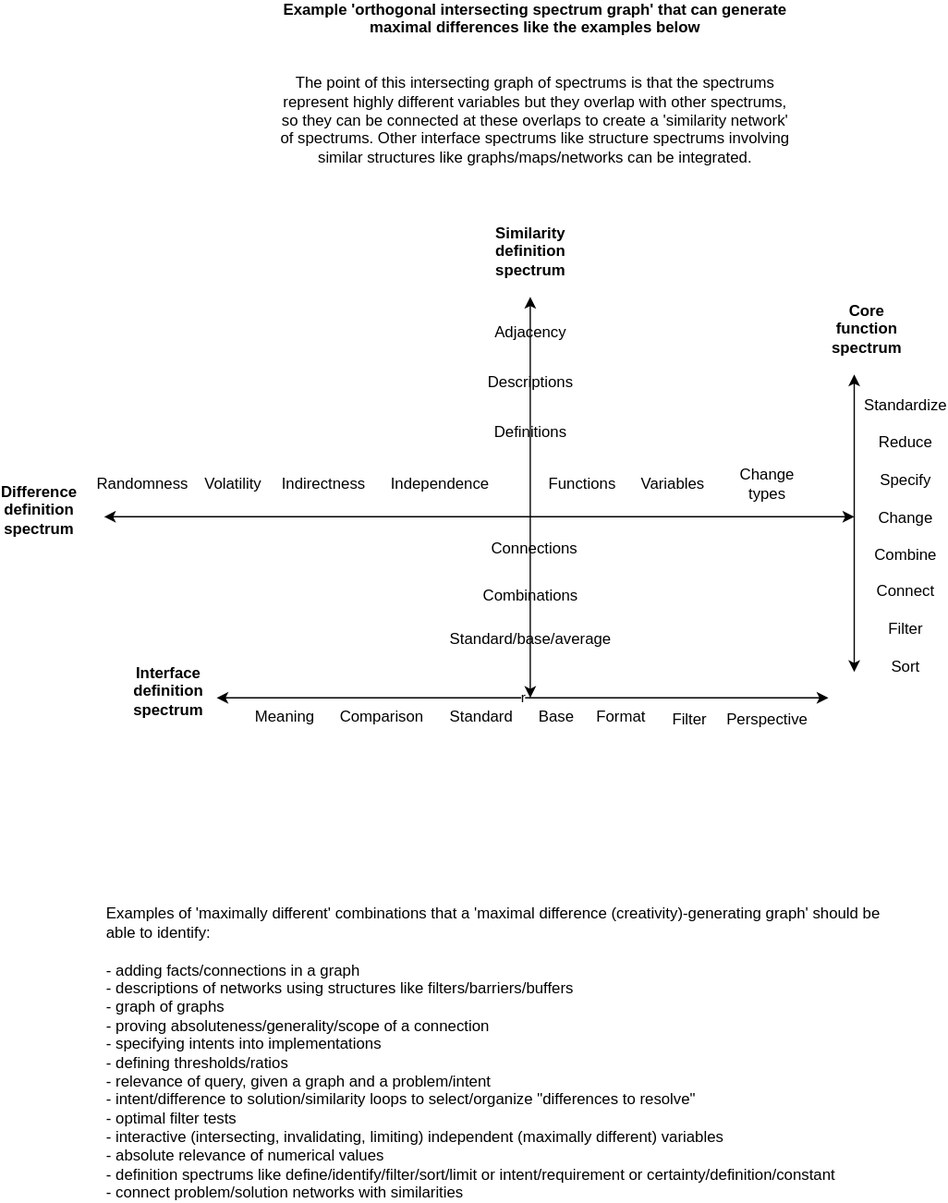
Above: docs/objects/intersecting_spectrum_graph.drawio.svg in outdreamer/build-a-cure (draw.io), before the change. Source tidied: cells renumbered, new cells last; positions are measured from the earlier drawing's top-left corner, leaving out a move shared by most shapes. The source it was exported from:
```xml
<mxGraphModel>
  <root>
    <mxCell id="0" />
    <mxCell id="1" parent="0" />
    <mxCell id="2" style="endArrow=classic;startArrow=classic;html=1;rounded=0;entryX=0;entryY=0;entryDx=0;entryDy=0;" parent="1" edge="1">
      <mxGeometry relative="1" as="geometry">
        <mxPoint x="409.5" y="490" as="sourcePoint" />
        <mxPoint x="409.5" y="180" as="targetPoint" />
      </mxGeometry>
    </mxCell>
    <mxCell id="3" style="endArrow=classic;startArrow=classic;html=1;rounded=0;" parent="1" edge="1">
      <mxGeometry relative="1" as="geometry">
        <mxPoint x="80" y="350" as="sourcePoint" />
        <mxPoint x="660" y="350" as="targetPoint" />
      </mxGeometry>
    </mxCell>
    <mxCell id="4" value="Difference&lt;br&gt;definition&lt;br&gt;spectrum" style="text;html=1;strokeColor=none;fillColor=none;align=center;verticalAlign=middle;whiteSpace=wrap;rounded=0;fontStyle=1;" parent="1" vertex="1">
      <mxGeometry y="330" width="60" height="30" as="geometry" />
    </mxCell>
    <mxCell id="5" value="r" style="endArrow=classic;startArrow=classic;html=1;rounded=0;" parent="1" edge="1">
      <mxGeometry relative="1" as="geometry">
        <mxPoint x="167" y="490" as="sourcePoint" />
        <mxPoint x="640" y="490" as="targetPoint" />
      </mxGeometry>
    </mxCell>
    <mxCell id="6" value="Standard" style="text;html=1;strokeColor=none;fillColor=none;align=center;verticalAlign=middle;whiteSpace=wrap;rounded=0;" parent="1" vertex="1">
      <mxGeometry x="342" y="490" width="60" height="30" as="geometry" />
    </mxCell>
    <mxCell id="7" value="Base" style="text;html=1;strokeColor=none;fillColor=none;align=center;verticalAlign=middle;whiteSpace=wrap;rounded=0;" parent="1" vertex="1">
      <mxGeometry x="400" y="490" width="60" height="30" as="geometry" />
    </mxCell>
    <mxCell id="8" value="Format" style="text;html=1;strokeColor=none;fillColor=none;align=center;verticalAlign=middle;whiteSpace=wrap;rounded=0;" parent="1" vertex="1">
      <mxGeometry x="450" y="490" width="60" height="30" as="geometry" />
    </mxCell>
    <mxCell id="9" value="Comparison" style="text;html=1;strokeColor=none;fillColor=none;align=center;verticalAlign=middle;whiteSpace=wrap;rounded=0;" parent="1" vertex="1">
      <mxGeometry x="265" y="490" width="60" height="30" as="geometry" />
    </mxCell>
    <mxCell id="10" value="Meaning" style="text;html=1;strokeColor=none;fillColor=none;align=center;verticalAlign=middle;whiteSpace=wrap;rounded=0;" parent="1" vertex="1">
      <mxGeometry x="190" y="490" width="60" height="30" as="geometry" />
    </mxCell>
    <mxCell id="11" value="Interface definition spectrum" style="text;html=1;strokeColor=none;fillColor=none;align=center;verticalAlign=middle;whiteSpace=wrap;rounded=0;fontStyle=1;" parent="1" vertex="1">
      <mxGeometry x="100" y="470" width="60" height="30" as="geometry" />
    </mxCell>
    <mxCell id="12" value="Similarity&lt;br&gt;definition spectrum" style="text;html=1;strokeColor=none;fillColor=none;align=center;verticalAlign=middle;whiteSpace=wrap;rounded=0;fontStyle=1;" parent="1" vertex="1">
      <mxGeometry x="380" y="130" width="60" height="30" as="geometry" />
    </mxCell>
    <mxCell id="13" value="Examples of 'maximally different' combinations that a 'maximal difference (creativity)-generating graph' should be able to identify:&lt;br&gt;&lt;br&gt;- adding facts/connections in a graph&lt;br&gt;- descriptions of networks using structures like filters/barriers/buffers&lt;br&gt;- graph of graphs&lt;br&gt;- proving absoluteness/generality/scope of a connection&lt;br&gt;- specifying intents into implementations&lt;br&gt;- defining thresholds/ratios&lt;br&gt;- relevance of query, given a graph and a problem/intent&lt;br&gt;- intent/difference to solution/similarity loops to select/organize &quot;differences to resolve&quot;&lt;br&gt;- optimal filter tests&lt;br&gt;- interactive (intersecting,&amp;nbsp;invalidating, limiting) independent (maximally different) variables&lt;br&gt;- absolute relevance of numerical values&lt;br&gt;- definition spectrums like define/identify/filter/sort/limit or intent/requirement or certainty/definition/constant&lt;br&gt;- connect problem/solution networks with similarities" style="text;html=1;strokeColor=none;fillColor=none;align=left;verticalAlign=middle;whiteSpace=wrap;rounded=0;" parent="1" vertex="1">
      <mxGeometry x="80" y="750" width="610" height="30" as="geometry" />
    </mxCell>
    <mxCell id="14" value="Filter" style="text;html=1;strokeColor=none;fillColor=none;align=center;verticalAlign=middle;whiteSpace=wrap;rounded=0;" parent="1" vertex="1">
      <mxGeometry x="503" y="492" width="60" height="30" as="geometry" />
    </mxCell>
    <mxCell id="15" value="Perspective" style="text;html=1;strokeColor=none;fillColor=none;align=center;verticalAlign=middle;whiteSpace=wrap;rounded=0;" parent="1" vertex="1">
      <mxGeometry x="563" y="492" width="60" height="30" as="geometry" />
    </mxCell>
    <mxCell id="16" value="Combinations" style="text;html=1;strokeColor=none;fillColor=none;align=center;verticalAlign=middle;whiteSpace=wrap;rounded=0;" parent="1" vertex="1">
      <mxGeometry x="380" y="396" width="60" height="30" as="geometry" />
    </mxCell>
    <mxCell id="17" value="Descriptions" style="text;html=1;strokeColor=none;fillColor=none;align=center;verticalAlign=middle;whiteSpace=wrap;rounded=0;" parent="1" vertex="1">
      <mxGeometry x="380" y="231" width="60" height="30" as="geometry" />
    </mxCell>
    <mxCell id="18" value="Definitions" style="text;html=1;strokeColor=none;fillColor=none;align=center;verticalAlign=middle;whiteSpace=wrap;rounded=0;" parent="1" vertex="1">
      <mxGeometry x="380" y="270" width="60" height="30" as="geometry" />
    </mxCell>
    <mxCell id="19" value="Adjacency" style="text;html=1;strokeColor=none;fillColor=none;align=center;verticalAlign=middle;whiteSpace=wrap;rounded=0;" parent="1" vertex="1">
      <mxGeometry x="380" y="193" width="60" height="30" as="geometry" />
    </mxCell>
    <mxCell id="20" value="Standard/base/average" style="text;html=1;strokeColor=none;fillColor=none;align=center;verticalAlign=middle;whiteSpace=wrap;rounded=0;" parent="1" vertex="1">
      <mxGeometry x="380" y="430" width="60" height="30" as="geometry" />
    </mxCell>
    <mxCell id="21" value="Connections" style="text;html=1;strokeColor=none;fillColor=none;align=center;verticalAlign=middle;whiteSpace=wrap;rounded=0;" parent="1" vertex="1">
      <mxGeometry x="383" y="360" width="60" height="30" as="geometry" />
    </mxCell>
    <mxCell id="22" value="Variables" style="text;html=1;strokeColor=none;fillColor=none;align=center;verticalAlign=middle;whiteSpace=wrap;rounded=0;" parent="1" vertex="1">
      <mxGeometry x="490" y="310" width="60" height="30" as="geometry" />
    </mxCell>
    <mxCell id="23" value="Functions" style="text;html=1;strokeColor=none;fillColor=none;align=center;verticalAlign=middle;whiteSpace=wrap;rounded=0;" parent="1" vertex="1">
      <mxGeometry x="420" y="310" width="60" height="30" as="geometry" />
    </mxCell>
    <mxCell id="24" value="Independence" style="text;html=1;strokeColor=none;fillColor=none;align=center;verticalAlign=middle;whiteSpace=wrap;rounded=0;" parent="1" vertex="1">
      <mxGeometry x="310" y="310" width="60" height="30" as="geometry" />
    </mxCell>
    <mxCell id="25" value="Indirectness" style="text;html=1;strokeColor=none;fillColor=none;align=center;verticalAlign=middle;whiteSpace=wrap;rounded=0;" parent="1" vertex="1">
      <mxGeometry x="220" y="310" width="60" height="30" as="geometry" />
    </mxCell>
    <mxCell id="26" value="Randomness" style="text;html=1;strokeColor=none;fillColor=none;align=center;verticalAlign=middle;whiteSpace=wrap;rounded=0;" parent="1" vertex="1">
      <mxGeometry x="80" y="310" width="60" height="30" as="geometry" />
    </mxCell>
    <mxCell id="27" style="endArrow=classic;startArrow=classic;html=1;rounded=0;" parent="1" edge="1">
      <mxGeometry relative="1" as="geometry">
        <mxPoint x="660" y="470" as="sourcePoint" />
        <mxPoint x="660" y="240" as="targetPoint" />
      </mxGeometry>
    </mxCell>
    <mxCell id="28" value="Standardize &lt;br&gt;&lt;br&gt;Reduce&lt;br&gt;&lt;br&gt;Specify&lt;br&gt;&lt;br&gt;Change &lt;br&gt;&lt;br&gt;Combine&lt;br&gt;&lt;br&gt;Connect&lt;br&gt;&lt;br&gt;Filter&lt;br&gt;&lt;br&gt;Sort&lt;br&gt;&lt;br&gt;" style="text;html=1;strokeColor=none;fillColor=none;align=center;verticalAlign=middle;whiteSpace=wrap;rounded=0;" parent="1" vertex="1">
      <mxGeometry x="670" y="357" width="60" height="30" as="geometry" />
    </mxCell>
    <mxCell id="29" value="Core function spectrum" style="text;html=1;strokeColor=none;fillColor=none;align=center;verticalAlign=middle;whiteSpace=wrap;rounded=0;fontStyle=1;" parent="1" vertex="1">
      <mxGeometry x="640" y="190" width="60" height="30" as="geometry" />
    </mxCell>
    <mxCell id="30" value="Volatility" style="text;html=1;strokeColor=none;fillColor=none;align=center;verticalAlign=middle;whiteSpace=wrap;rounded=0;" parent="1" vertex="1">
      <mxGeometry x="150" y="310" width="60" height="30" as="geometry" />
    </mxCell>
    <mxCell id="31" value="Example 'orthogonal intersecting spectrum graph' that can generate maximal differences like the examples below&lt;br&gt;&lt;br&gt;&lt;br&gt;&lt;span style=&quot;font-weight: normal&quot;&gt;The point of this intersecting graph of spectrums is that the spectrums represent highly different variables but they overlap with other spectrums, so they can be connected at these overlaps to create a 'similarity network' of spectrums. Other interface spectrums like structure spectrums involving similar structures like graphs/maps/networks can be integrated.&lt;/span&gt;" style="text;html=1;strokeColor=none;fillColor=none;align=center;verticalAlign=middle;whiteSpace=wrap;rounded=0;fontStyle=1;" parent="1" vertex="1">
      <mxGeometry x="214.5" width="397" height="30" as="geometry" />
    </mxCell>
    <mxCell id="32" value="Change types" style="text;html=1;strokeColor=none;fillColor=none;align=center;verticalAlign=middle;whiteSpace=wrap;rounded=0;" parent="1" vertex="1">
      <mxGeometry x="563" y="310" width="60" height="30" as="geometry" />
    </mxCell>
  </root>
</mxGraphModel>
```
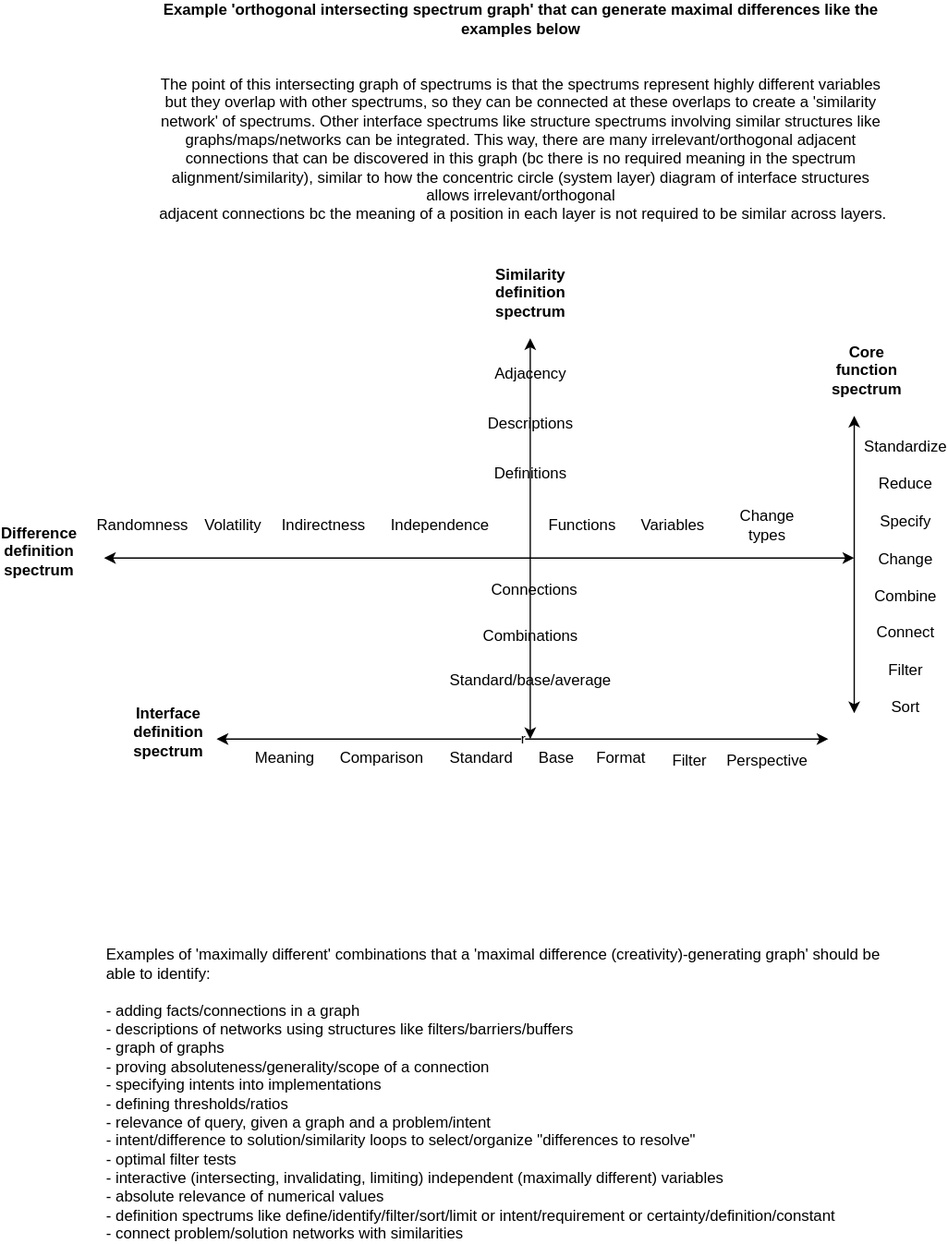
After the commit.

Change to the diagram source:
```diff
@@ -101,8 +101,8 @@
     <mxCell id="30" value="Volatility" style="text;html=1;strokeColor=none;fillColor=none;align=center;verticalAlign=middle;whiteSpace=wrap;rounded=0;" parent="1" vertex="1">
       <mxGeometry x="150" y="310" width="60" height="30" as="geometry" />
     </mxCell>
-    <mxCell id="31" value="Example 'orthogonal intersecting spectrum graph' that can generate maximal differences like the examples below&lt;br&gt;&lt;br&gt;&lt;br&gt;&lt;span style=&quot;font-weight: normal&quot;&gt;The point of this intersecting graph of spectrums is that the spectrums represent highly different variables but they overlap with other spectrums, so they can be connected at these overlaps to create a 'similarity network' of spectrums. Other interface spectrums like structure spectrums involving similar structures like graphs/maps/networks can be integrated.&lt;/span&gt;" style="text;html=1;strokeColor=none;fillColor=none;align=center;verticalAlign=middle;whiteSpace=wrap;rounded=0;fontStyle=1;" parent="1" vertex="1">
-      <mxGeometry x="214.5" width="397" height="30" as="geometry" />
+    <mxCell id="31" value="Example 'orthogonal intersecting spectrum graph' that can generate maximal differences like the examples below&lt;br&gt;&lt;br&gt;&lt;br&gt;&lt;span style=&quot;font-weight: normal&quot;&gt;The point of this intersecting graph of spectrums is that the spectrums represent highly different variables but they overlap with other spectrums, so they can be connected at these overlaps to create a 'similarity network' of spectrums. Other interface spectrums like structure spectrums involving similar structures like graphs/maps/networks can be integrated. This way, there are many irrelevant/orthogonal adjacent connections that can be discovered in this graph (bc there is no required meaning in the spectrum alignment/similarity), similar to how the concentric circle (system layer) diagram of interface structures allows irrelevant/&lt;/span&gt;&lt;span style=&quot;font-weight: 400&quot;&gt;orthogonal&lt;/span&gt;&lt;span style=&quot;font-weight: normal&quot;&gt;&lt;br&gt;&amp;nbsp;adjacent connections bc the meaning of a position in each layer is not required to be similar across layers.&lt;/span&gt;" style="text;html=1;strokeColor=none;fillColor=none;align=center;verticalAlign=middle;whiteSpace=wrap;rounded=0;fontStyle=1;" parent="1" vertex="1">
+      <mxGeometry x="115.2" y="-10" width="574.8" height="30" as="geometry" />
     </mxCell>
     <mxCell id="32" value="Change types" style="text;html=1;strokeColor=none;fillColor=none;align=center;verticalAlign=middle;whiteSpace=wrap;rounded=0;" parent="1" vertex="1">
       <mxGeometry x="563" y="310" width="60" height="30" as="geometry" />
```
